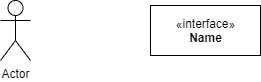
leitoraincomum/engsofII keeps this draw.io diagram as Sequencia e Colab.png. Above is the earlier version. Source tidied: cells renumbered, new cells last; positions are measured from the earlier drawing's top-left corner, leaving out a move shared by most shapes.
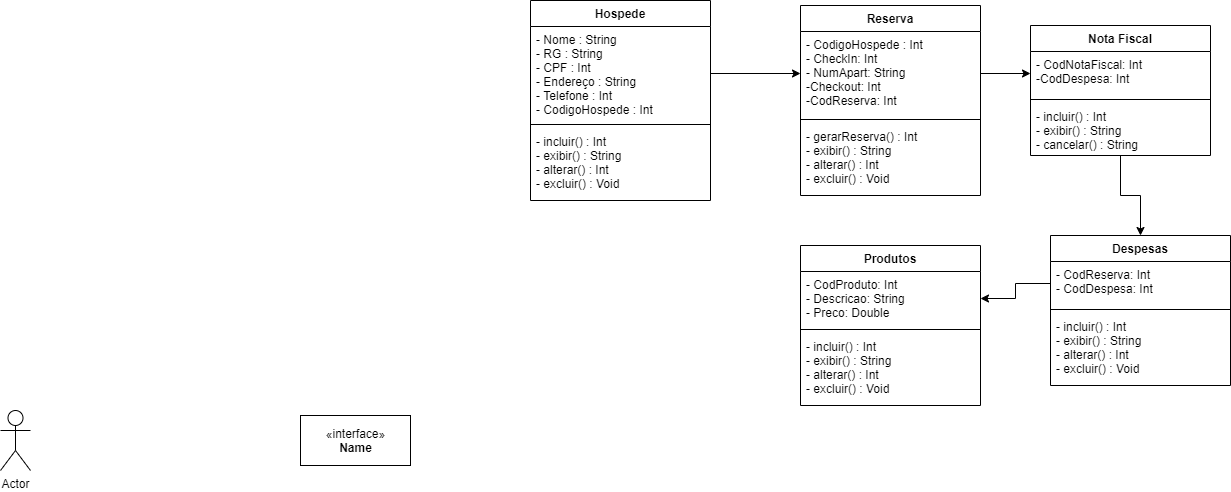
After the commit.

Change to the diagram source:
```diff
@@ -3,10 +3,82 @@
     <mxCell id="0" />
     <mxCell id="1" parent="0" />
     <mxCell id="2" value="Actor" style="shape=umlActor;verticalLabelPosition=bottom;verticalAlign=top;html=1;" parent="1" vertex="1">
-      <mxGeometry width="30" height="60" as="geometry" />
+      <mxGeometry x="940" y="205" width="30" height="60" as="geometry" />
     </mxCell>
     <mxCell id="3" value="&amp;laquo;interface&amp;raquo;&lt;br&gt;&lt;b&gt;Name&lt;/b&gt;" style="html=1;" parent="1" vertex="1">
-      <mxGeometry x="150" y="5" width="110" height="50" as="geometry" />
+      <mxGeometry x="1240" y="210" width="110" height="50" as="geometry" />
     </mxCell>
+    <mxCell id="4" value="Hospede" style="swimlane;fontStyle=1;align=center;verticalAlign=top;horizontal=1;startSize=26;" parent="1" vertex="1">
+      <mxGeometry x="1470" y="-205" width="180" height="200" as="geometry" />
+    </mxCell>
+    <mxCell id="5" value="- Nome : String&#10;- RG : String&#10;- CPF : Int&#10;- Endereço : String&#10;- Telefone : Int&#10;- CodigoHospede : Int" style="text;strokeColor=none;fillColor=none;align=left;verticalAlign=top;spacingLeft=4;spacingRight=4;overflow=hidden;points=[[0,0.5],[1,0.5]];portConstraint=eastwest;" parent="4" vertex="1">
+      <mxGeometry y="26" width="180" height="94" as="geometry" />
+    </mxCell>
+    <mxCell id="6" style="line;strokeWidth=1;fillColor=none;align=left;verticalAlign=middle;spacingTop=-1;spacingLeft=3;spacingRight=3;labelPosition=right;" parent="4" vertex="1">
+      <mxGeometry y="120" width="180" height="8" as="geometry" />
+    </mxCell>
+    <mxCell id="7" value="- incluir() : Int &#10;- exibir() : String&#10;- alterar() : Int&#10;- excluir() : Void" style="text;strokeColor=none;fillColor=none;align=left;verticalAlign=top;spacingLeft=4;spacingRight=4;overflow=hidden;" parent="4" vertex="1">
+      <mxGeometry y="128" width="180" height="72" as="geometry" />
+    </mxCell>
+    <mxCell id="8" value="Reserva" style="swimlane;fontStyle=1;align=center;verticalAlign=top;horizontal=1;startSize=26;" parent="1" vertex="1">
+      <mxGeometry x="1740" y="-200" width="180" height="190" as="geometry" />
+    </mxCell>
+    <mxCell id="9" value="- CodigoHospede : Int&#10;- CheckIn: Int&#10;- NumApart: String&#10;-Checkout: Int&#10;-CodReserva: Int" style="text;strokeColor=none;fillColor=none;align=left;verticalAlign=top;spacingLeft=4;spacingRight=4;overflow=hidden;points=[[0,0.5],[1,0.5]];portConstraint=eastwest;" parent="8" vertex="1">
+      <mxGeometry y="26" width="180" height="84" as="geometry" />
+    </mxCell>
+    <mxCell id="10" style="line;strokeWidth=1;fillColor=none;align=left;verticalAlign=middle;spacingTop=-1;spacingLeft=3;spacingRight=3;labelPosition=right;" parent="8" vertex="1">
+      <mxGeometry y="110" width="180" height="8" as="geometry" />
+    </mxCell>
+    <mxCell id="11" value="- gerarReserva() : Int &#10;- exibir() : String&#10;- alterar() : Int&#10;- excluir() : Void" style="text;strokeColor=none;fillColor=none;align=left;verticalAlign=top;spacingLeft=4;spacingRight=4;overflow=hidden;" parent="8" vertex="1">
+      <mxGeometry y="118" width="180" height="72" as="geometry" />
+    </mxCell>
+    <mxCell id="12" style="edgeStyle=orthogonalEdgeStyle;rounded=0;jettySize=auto;html=1;exitX=0.5;exitY=1;exitDx=0;exitDy=0;entryX=0.5;entryY=0;entryDx=0;entryDy=0;" parent="1" edge="1" source="13" target="23">
+      <mxGeometry relative="1" as="geometry" />
+    </mxCell>
+    <mxCell id="13" value="Nota Fiscal" style="swimlane;fontStyle=1;align=center;verticalAlign=top;horizontal=1;startSize=26;" parent="1" vertex="1">
+      <mxGeometry x="1970" y="-180" width="180" height="130" as="geometry" />
+    </mxCell>
+    <mxCell id="14" value="- CodNotaFiscal: Int&#10;-CodDespesa: Int" style="text;strokeColor=none;fillColor=none;align=left;verticalAlign=top;spacingLeft=4;spacingRight=4;overflow=hidden;points=[[0,0.5],[1,0.5]];portConstraint=eastwest;" parent="13" vertex="1">
+      <mxGeometry y="26" width="180" height="44" as="geometry" />
+    </mxCell>
+    <mxCell id="15" style="line;strokeWidth=1;fillColor=none;align=left;verticalAlign=middle;spacingTop=-1;spacingLeft=3;spacingRight=3;labelPosition=right;" parent="13" vertex="1">
+      <mxGeometry y="70" width="180" height="8" as="geometry" />
+    </mxCell>
+    <mxCell id="16" value="- incluir() : Int &#10;- exibir() : String&#10;- cancelar() : String&#10;" style="text;strokeColor=none;fillColor=none;align=left;verticalAlign=top;spacingLeft=4;spacingRight=4;overflow=hidden;" parent="13" vertex="1">
+      <mxGeometry y="78" width="180" height="52" as="geometry" />
+    </mxCell>
+    <mxCell id="17" style="edgeStyle=orthogonalEdgeStyle;rounded=0;jettySize=auto;html=1;exitX=1;exitY=0.5;exitDx=0;exitDy=0;entryX=0;entryY=0.5;entryDx=0;entryDy=0;" parent="1" edge="1" source="5" target="9">
+      <mxGeometry relative="1" as="geometry" />
+    </mxCell>
+    <mxCell id="18" style="edgeStyle=orthogonalEdgeStyle;rounded=0;jettySize=auto;html=1;exitX=1;exitY=0.5;exitDx=0;exitDy=0;entryX=0;entryY=0.5;entryDx=0;entryDy=0;" parent="1" edge="1" source="9" target="14">
+      <mxGeometry relative="1" as="geometry" />
+    </mxCell>
+    <mxCell id="19" value="Produtos" style="swimlane;fontStyle=1;align=center;verticalAlign=top;horizontal=1;startSize=26;" parent="1" vertex="1">
+      <mxGeometry x="1740" y="40" width="180" height="160" as="geometry" />
+    </mxCell>
+    <mxCell id="20" value="- CodProduto: Int&#10;- Descricao: String&#10;- Preco: Double" style="text;strokeColor=none;fillColor=none;align=left;verticalAlign=top;spacingLeft=4;spacingRight=4;overflow=hidden;points=[[0,0.5],[1,0.5]];portConstraint=eastwest;" parent="19" vertex="1">
+      <mxGeometry y="26" width="180" height="54" as="geometry" />
+    </mxCell>
+    <mxCell id="21" style="line;strokeWidth=1;fillColor=none;align=left;verticalAlign=middle;spacingTop=-1;spacingLeft=3;spacingRight=3;labelPosition=right;" parent="19" vertex="1">
+      <mxGeometry y="80" width="180" height="8" as="geometry" />
+    </mxCell>
+    <mxCell id="22" value="- incluir() : Int &#10;- exibir() : String&#10;- alterar() : Int&#10;- excluir() : Void" style="text;strokeColor=none;fillColor=none;align=left;verticalAlign=top;spacingLeft=4;spacingRight=4;overflow=hidden;" parent="19" vertex="1">
+      <mxGeometry y="88" width="180" height="72" as="geometry" />
+    </mxCell>
+    <mxCell id="23" value="Despesas" style="swimlane;fontStyle=1;align=center;verticalAlign=top;horizontal=1;startSize=26;" parent="1" vertex="1">
+      <mxGeometry x="1990" y="30" width="180" height="150" as="geometry" />
+    </mxCell>
+    <mxCell id="24" value="- CodReserva: Int&#10;- CodDespesa: Int" style="text;strokeColor=none;fillColor=none;align=left;verticalAlign=top;spacingLeft=4;spacingRight=4;overflow=hidden;points=[[0,0.5],[1,0.5]];portConstraint=eastwest;" parent="23" vertex="1">
+      <mxGeometry y="26" width="180" height="44" as="geometry" />
+    </mxCell>
+    <mxCell id="25" style="line;strokeWidth=1;fillColor=none;align=left;verticalAlign=middle;spacingTop=-1;spacingLeft=3;spacingRight=3;labelPosition=right;" parent="23" vertex="1">
+      <mxGeometry y="70" width="180" height="8" as="geometry" />
+    </mxCell>
+    <mxCell id="26" value="- incluir() : Int &#10;- exibir() : String&#10;- alterar() : Int&#10;- excluir() : Void" style="text;strokeColor=none;fillColor=none;align=left;verticalAlign=top;spacingLeft=4;spacingRight=4;overflow=hidden;" parent="23" vertex="1">
+      <mxGeometry y="78" width="180" height="72" as="geometry" />
+    </mxCell>
+    <mxCell id="27" style="edgeStyle=orthogonalEdgeStyle;rounded=0;jettySize=auto;html=1;exitX=0;exitY=0.5;exitDx=0;exitDy=0;entryX=1;entryY=0.5;entryDx=0;entryDy=0;" parent="1" edge="1" source="24" target="20">
+      <mxGeometry relative="1" as="geometry" />
+    </mxCell>
   </root>
 </mxGraphModel>
```
